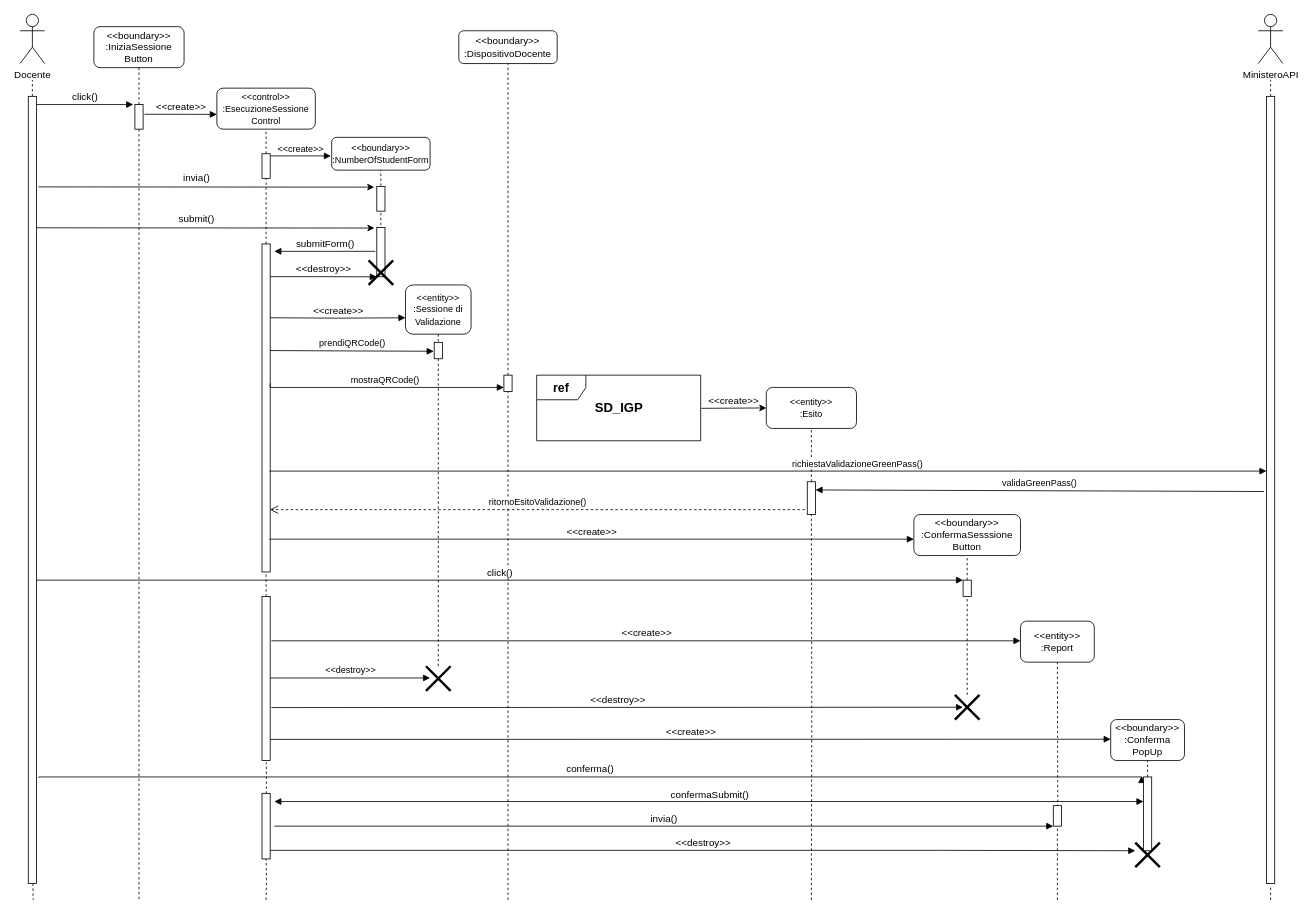
Above: Documentazione/Resources/Sequence Diagram/Sequence Diagram ExecuteSession.drawio in Alberto-00/EasyPass (draw.io), before the change. Source tidied: cells renumbered, new cells numbered last; positions are measured from the earlier drawing's top-left corner, leaving out a move shared by most shapes. Both pictures are drawn from the tidied source at 82%, with x=0, y=0 at pixel (20, 14).
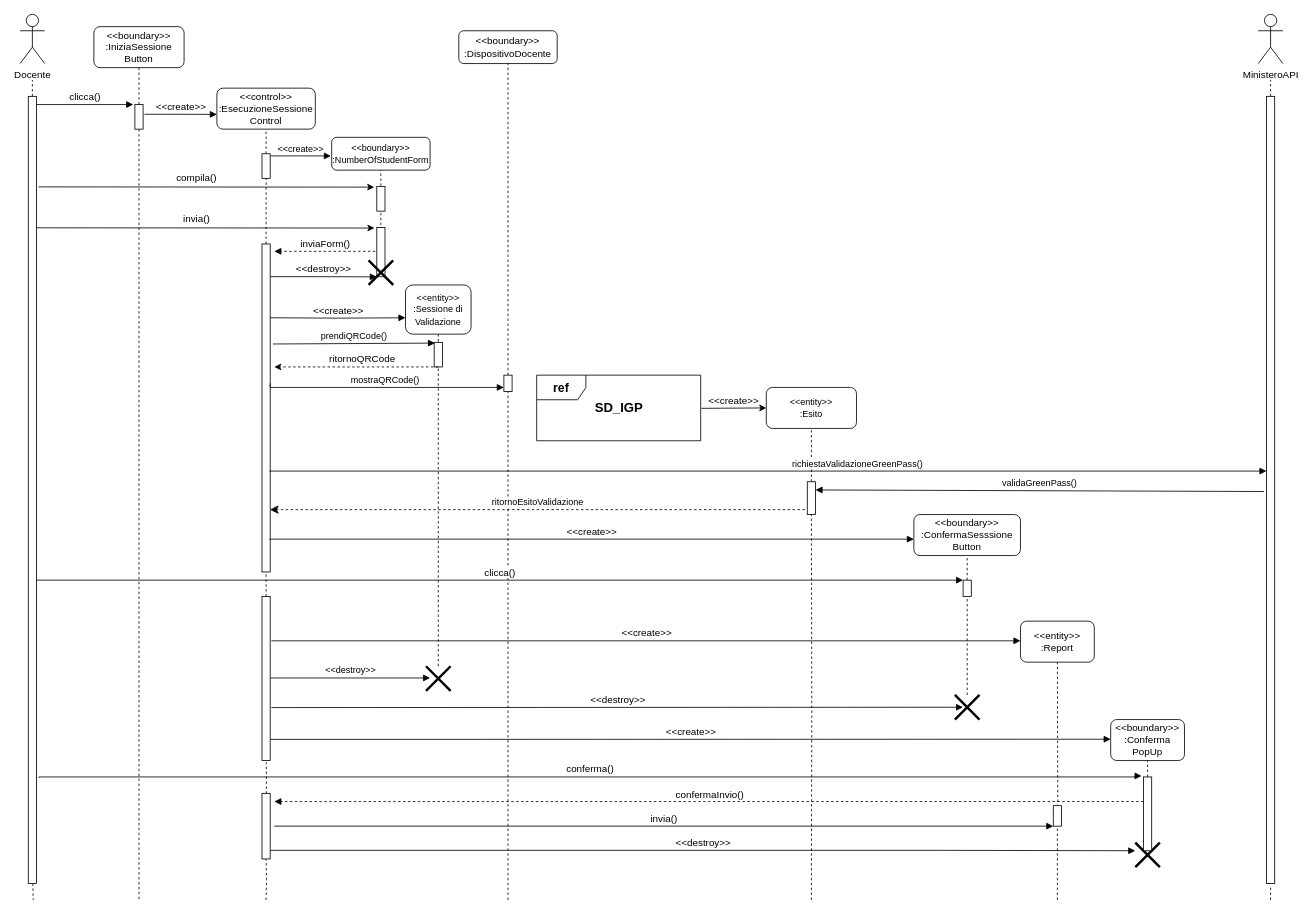
After the change.

Commit message (it also covers changes not shown here):
Sequence Diagram

Unchanged cells that the change refers to:
```xml
<mxCell id="19" style="html=1;points=[];perimeter=orthogonalPerimeter;" parent="1" vertex="1">
  <mxGeometry x="435" y="260" width="10" height="60" as="geometry" />
</mxCell>
<mxCell id="20" style="html=1;points=[];perimeter=orthogonalPerimeter;" parent="1" vertex="1">
  <mxGeometry x="295" y="280" width="10" height="400" as="geometry" />
</mxCell>
<mxCell id="39" style="html=1;points=[];perimeter=orthogonalPerimeter;" parent="1" vertex="1">
  <mxGeometry x="960" y="570" width="10" height="40" as="geometry" />
</mxCell>
<mxCell id="46" style="html=1;points=[];perimeter=orthogonalPerimeter;" parent="1" vertex="1">
  <mxGeometry x="1150" y="690" width="10" height="20" as="geometry" />
</mxCell>
<mxCell id="76" style="html=1;points=[];perimeter=orthogonalPerimeter;" parent="1" vertex="1">
  <mxGeometry x="1370" y="930" width="10" height="90" as="geometry" />
</mxCell>
```

Change to the diagram source:
```diff
@@
-    <mxCell id="5" value="&lt;font style=&quot;font-size: 12px&quot;&gt;click()&lt;/font&gt;" style="html=1;verticalAlign=bottom;endArrow=block;rounded=0;edgeStyle=orthogonalEdgeStyle;" parent="1" edge="1">
+    <mxCell id="5" value="&lt;font style=&quot;font-size: 12px&quot;&gt;clicca()&lt;/font&gt;" style="html=1;verticalAlign=bottom;endArrow=block;rounded=0;edgeStyle=orthogonalEdgeStyle;" parent="1" edge="1">
       <mxGeometry relative="1" as="geometry">
         <mxPoint x="20" y="110" as="sourcePoint" />
         <mxPoint x="138" y="110" as="targetPoint" />
         <Array as="points">
           <mxPoint x="138" y="110" />
         </Array>
       </mxGeometry>
     </mxCell>
@@
-    <mxCell id="11" value="&lt;font style=&quot;font-size: 11px&quot;&gt;&amp;lt;&amp;lt;control&amp;gt;&amp;gt;&lt;br&gt;:EsecuzioneSessione&lt;br&gt;Control&lt;/font&gt;" style="rounded=1;whiteSpace=wrap;html=1;" parent="1" vertex="1">
+    <mxCell id="11" value="&lt;font style=&quot;font-size: 12px&quot;&gt;&amp;lt;&amp;lt;control&amp;gt;&amp;gt;&lt;br&gt;:EsecuzioneSessione&lt;br&gt;Control&lt;/font&gt;" style="rounded=1;whiteSpace=wrap;html=1;" parent="1" vertex="1">
       <mxGeometry x="240" y="90" width="120" height="50" as="geometry" />
     </mxCell>
@@
-    <mxCell id="22" value="&lt;font style=&quot;font-size: 12px&quot;&gt;submitForm()&lt;/font&gt;" style="html=1;verticalAlign=bottom;endArrow=block;rounded=0;edgeStyle=orthogonalEdgeStyle;exitX=-0.179;exitY=0.483;exitDx=0;exitDy=0;exitPerimeter=0;" parent="1" edge="1" source="19">
+    <mxCell id="22" value="&lt;font style=&quot;font-size: 12px&quot;&gt;inviaForm()&lt;/font&gt;" style="html=1;verticalAlign=bottom;endArrow=block;rounded=0;edgeStyle=orthogonalEdgeStyle;exitX=-0.179;exitY=0.483;exitDx=0;exitDy=0;exitPerimeter=0;dashed=1;" parent="1" edge="1" source="19">
       <mxGeometry relative="1" as="geometry">
         <mxPoint x="310" y="289" as="targetPoint" />
       </mxGeometry>
     </mxCell>
@@
     <mxCell id="28" style="html=1;points=[];perimeter=orthogonalPerimeter;" parent="1" vertex="1">
-      <mxGeometry x="505" y="400" width="10" height="20" as="geometry" />
+      <mxGeometry x="505" y="400" width="10" height="30" as="geometry" />
     </mxCell>
-    <mxCell id="29" value="prendiQRCode()" style="html=1;verticalAlign=bottom;endArrow=block;rounded=0;edgeStyle=orthogonalEdgeStyle;entryX=-0.057;entryY=0.543;entryDx=0;entryDy=0;entryPerimeter=0;" parent="1" edge="1" target="28">
-      <mxGeometry relative="1" as="geometry">
-        <mxPoint x="305" y="410" as="sourcePoint" />
-      </mxGeometry>
+    <mxCell id="29" value="prendiQRCode()" style="html=1;verticalAlign=bottom;endArrow=block;rounded=0;entryX=0.1;entryY=0.03;entryDx=0;entryDy=0;entryPerimeter=0;exitX=1.34;exitY=0.305;exitDx=0;exitDy=0;exitPerimeter=0;" parent="1" edge="1" source="20" target="28">
+      <mxGeometry relative="1" as="geometry" />
     </mxCell>
@@
-    <mxCell id="45" value="&lt;font style=&quot;font-size: 12px&quot;&gt;click()&lt;/font&gt;" style="html=1;verticalAlign=bottom;endArrow=block;rounded=0;entryX=0;entryY=0;entryDx=0;entryDy=0;entryPerimeter=0;" parent="1" edge="1" target="46">
+    <mxCell id="45" value="&lt;font style=&quot;font-size: 12px&quot;&gt;clicca()&lt;/font&gt;" style="html=1;verticalAlign=bottom;endArrow=block;rounded=0;entryX=0;entryY=0;entryDx=0;entryDy=0;entryPerimeter=0;" parent="1" edge="1" target="46">
       <mxGeometry relative="1" as="geometry">
         <mxPoint x="20" y="690" as="sourcePoint" />
       </mxGeometry>
     </mxCell>
@@
     <mxCell id="58" value="&lt;font style=&quot;font-size: 12px&quot;&gt;conferma()&lt;/font&gt;" style="html=1;verticalAlign=bottom;endArrow=block;rounded=0;edgeStyle=orthogonalEdgeStyle;entryX=-0.229;entryY=-0.013;entryDx=0;entryDy=0;entryPerimeter=0;" parent="1" edge="1" target="76">
       <mxGeometry relative="1" as="geometry">
         <mxPoint x="23" y="931" as="sourcePoint" />
         <Array as="points">
-          <mxPoint x="1368" y="930" />
+          <mxPoint x="23" y="930" />
+          <mxPoint x="1360" y="930" />
+          <mxPoint x="1360" y="929" />
         </Array>
       </mxGeometry>
     </mxCell>
@@
-    <mxCell id="62" value="&lt;font style=&quot;font-size: 12px&quot;&gt;confermaSubmit()&lt;/font&gt;" style="html=1;verticalAlign=bottom;endArrow=block;rounded=0;edgeStyle=orthogonalEdgeStyle;startArrow=block;startFill=1;exitX=0;exitY=0.333;exitDx=0;exitDy=0;exitPerimeter=0;" parent="1" edge="1" source="76">
+    <mxCell id="62" value="&lt;font style=&quot;font-size: 12px&quot;&gt;confermaInvio()&lt;/font&gt;" style="html=1;verticalAlign=bottom;endArrow=block;rounded=0;edgeStyle=orthogonalEdgeStyle;startArrow=none;startFill=0;exitX=0;exitY=0.333;exitDx=0;exitDy=0;exitPerimeter=0;dashed=1;" parent="1" edge="1" source="76">
       <mxGeometry relative="1" as="geometry">
         <mxPoint x="310" y="960" as="targetPoint" />
       </mxGeometry>
     </mxCell>
@@
-    <mxCell id="70" value="invia()" style="text;html=1;align=center;verticalAlign=middle;strokeColor=none;fillColor=none;fontSize=12;" parent="1" vertex="1">
-      <mxGeometry x="190" y="190" width="50" height="20" as="geometry" />
+    <mxCell id="70" value="compila()" style="text;html=1;align=center;verticalAlign=middle;strokeColor=none;fillColor=none;fontSize=12;" parent="1" vertex="1">
+      <mxGeometry x="180" y="190" width="70" height="20" as="geometry" />
     </mxCell>
@@
-    <mxCell id="72" value="submit()" style="text;html=1;align=center;verticalAlign=middle;strokeColor=none;fillColor=none;fontSize=12;" parent="1" vertex="1">
-      <mxGeometry x="185" y="240" width="60" height="20" as="geometry" />
+    <mxCell id="72" value="invia()" style="text;html=1;align=center;verticalAlign=middle;strokeColor=none;fillColor=none;fontSize=12;" parent="1" vertex="1">
+      <mxGeometry x="190" y="240" width="50" height="20" as="geometry" />
     </mxCell>
@@
-    <mxCell id="82" value="ritornoEsitoValidazione()" style="html=1;verticalAlign=bottom;endArrow=open;dashed=1;endSize=8;rounded=0;exitX=-0.3;exitY=0.85;exitDx=0;exitDy=0;exitPerimeter=0;entryX=0.962;entryY=0.81;entryDx=0;entryDy=0;entryPerimeter=0;" parent="1" edge="1" source="39" target="20">
+    <mxCell id="82" value="ritornoEsitoValidazione" style="html=1;verticalAlign=bottom;endArrow=classic;dashed=1;endSize=8;rounded=0;exitX=-0.3;exitY=0.85;exitDx=0;exitDy=0;exitPerimeter=0;entryX=0.962;entryY=0.81;entryDx=0;entryDy=0;entryPerimeter=0;endFill=1;" parent="1" edge="1" source="39" target="20">
       <mxGeometry relative="1" as="geometry" />
     </mxCell>
+    <mxCell id="83" style="endArrow=classic;dashed=1;html=1;rounded=0;fontSize=12;exitX=0.5;exitY=1;exitDx=0;exitDy=0;exitPerimeter=0;endFill=1;" parent="1" edge="1" source="28">
+      <mxGeometry relative="1" as="geometry">
+        <mxPoint x="310" y="430" as="targetPoint" />
+      </mxGeometry>
+    </mxCell>
+    <mxCell id="84" value="ritornoQRCode" style="text;html=1;strokeColor=none;fillColor=none;align=center;verticalAlign=middle;whiteSpace=wrap;rounded=0;fontSize=12;" parent="1" vertex="1">
+      <mxGeometry x="385" y="410" width="65" height="20" as="geometry" />
+    </mxCell>
```
